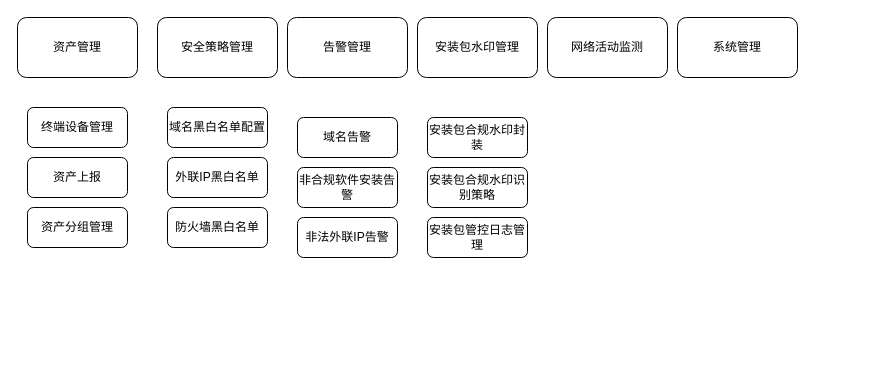
Earlier version of the draw.io diagram page "第 5 页" (5 of 5) of drawio/dns.drawio (raingnight/Blog_Pic). Source tidied: cells renumbered, new cells numbered last; positions are measured from the earlier drawing's top-left corner, leaving out a move shared by most shapes. Both pictures are drawn from the tidied source at 100%, with x=0, y=0 at pixel (17, 17).
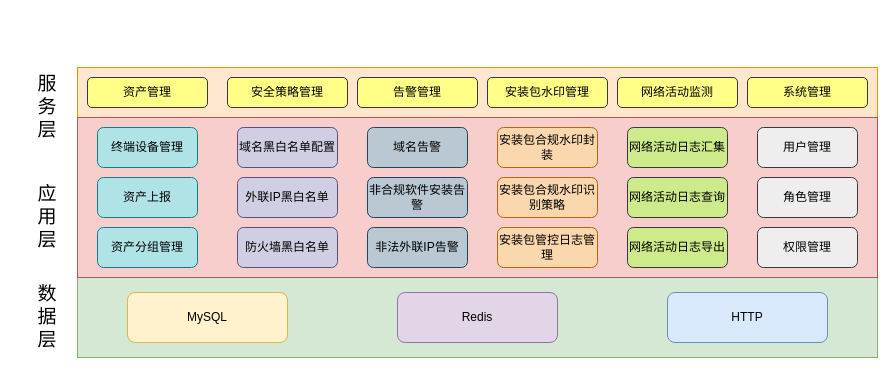
The same diagram, later.

What changed in the source:
```diff
@@
+    <mxCell id="20" style="rounded=0;whiteSpace=wrap;html=1;fillColor=#ffe6cc;strokeColor=#d79b00;" parent="1" vertex="1">
+      <mxGeometry x="60" y="50" width="800" height="50" as="geometry" />
+    </mxCell>
+    <mxCell id="21" style="rounded=0;whiteSpace=wrap;html=1;fillColor=#d5e8d4;strokeColor=#82b366;" parent="1" vertex="1">
+      <mxGeometry x="60" y="260" width="800" height="80" as="geometry" />
+    </mxCell>
+    <mxCell id="22" style="rounded=0;whiteSpace=wrap;html=1;fillColor=#f8cecc;strokeColor=#b85450;" parent="1" vertex="1">
+      <mxGeometry x="60" y="100" width="800" height="160" as="geometry" />
+    </mxCell>
-    <mxCell id="2" value="资产管理" style="rounded=1;whiteSpace=wrap;html=1;" parent="1" vertex="1">
-      <mxGeometry width="120" height="60" as="geometry" />
+    <mxCell id="2" value="资产管理" style="rounded=1;whiteSpace=wrap;html=1;fillColor=#ffff88;strokeColor=#36393d;" parent="1" vertex="1">
+      <mxGeometry x="70" y="60" width="120" height="30" as="geometry" />
     </mxCell>
-    <mxCell id="3" value="安全策略管理" style="rounded=1;whiteSpace=wrap;html=1;" parent="1" vertex="1">
-      <mxGeometry x="140" width="120" height="60" as="geometry" />
+    <mxCell id="3" value="安全策略管理" style="rounded=1;whiteSpace=wrap;html=1;fillColor=#ffff88;strokeColor=#36393d;" parent="1" vertex="1">
+      <mxGeometry x="210" y="60" width="120" height="30" as="geometry" />
     </mxCell>
-    <mxCell id="4" value="告警管理" style="rounded=1;whiteSpace=wrap;html=1;" parent="1" vertex="1">
-      <mxGeometry x="270" width="120" height="60" as="geometry" />
+    <mxCell id="4" value="告警管理" style="rounded=1;whiteSpace=wrap;html=1;fillColor=#ffff88;strokeColor=#36393d;" parent="1" vertex="1">
+      <mxGeometry x="340" y="60" width="120" height="30" as="geometry" />
     </mxCell>
-    <mxCell id="5" value="网络活动监测" style="rounded=1;whiteSpace=wrap;html=1;" parent="1" vertex="1">
-      <mxGeometry x="530" width="120" height="60" as="geometry" />
+    <mxCell id="5" value="网络活动监测" style="rounded=1;whiteSpace=wrap;html=1;fillColor=#ffff88;strokeColor=#36393d;" parent="1" vertex="1">
+      <mxGeometry x="600" y="60" width="120" height="30" as="geometry" />
     </mxCell>
-    <mxCell id="6" value="安装包水印管理" style="rounded=1;whiteSpace=wrap;html=1;" parent="1" vertex="1">
-      <mxGeometry x="400" width="120" height="60" as="geometry" />
+    <mxCell id="6" value="安装包水印管理" style="rounded=1;whiteSpace=wrap;html=1;fillColor=#ffff88;strokeColor=#36393d;" parent="1" vertex="1">
+      <mxGeometry x="470" y="60" width="120" height="30" as="geometry" />
     </mxCell>
-    <mxCell id="7" value="系统管理" style="rounded=1;whiteSpace=wrap;html=1;" parent="1" vertex="1">
-      <mxGeometry x="660" width="120" height="60" as="geometry" />
+    <mxCell id="7" value="系统管理" style="rounded=1;whiteSpace=wrap;html=1;fillColor=#ffff88;strokeColor=#36393d;" parent="1" vertex="1">
+      <mxGeometry x="730" y="60" width="120" height="30" as="geometry" />
     </mxCell>
-    <mxCell id="8" value="域名黑白名单配置" style="rounded=1;whiteSpace=wrap;html=1;" parent="1" vertex="1">
-      <mxGeometry x="150" y="90" width="100" height="40" as="geometry" />
+    <mxCell id="8" value="域名黑白名单配置" style="rounded=1;whiteSpace=wrap;html=1;fillColor=#d0cee2;strokeColor=#56517e;" parent="1" vertex="1">
+      <mxGeometry x="220" y="110" width="100" height="40" as="geometry" />
     </mxCell>
-    <mxCell id="9" value="外联IP黑白名单" style="rounded=1;whiteSpace=wrap;html=1;" parent="1" vertex="1">
-      <mxGeometry x="150" y="140" width="100" height="40" as="geometry" />
+    <mxCell id="9" value="外联IP黑白名单" style="rounded=1;whiteSpace=wrap;html=1;fillColor=#d0cee2;strokeColor=#56517e;" parent="1" vertex="1">
+      <mxGeometry x="220" y="160" width="100" height="40" as="geometry" />
     </mxCell>
-    <mxCell id="10" value="防火墙黑白名单" style="rounded=1;whiteSpace=wrap;html=1;" parent="1" vertex="1">
-      <mxGeometry x="150" y="190" width="100" height="40" as="geometry" />
+    <mxCell id="10" value="防火墙黑白名单" style="rounded=1;whiteSpace=wrap;html=1;fillColor=#d0cee2;strokeColor=#56517e;" parent="1" vertex="1">
+      <mxGeometry x="220" y="210" width="100" height="40" as="geometry" />
     </mxCell>
-    <mxCell id="11" value="域名告警" style="rounded=1;whiteSpace=wrap;html=1;" parent="1" vertex="1">
-      <mxGeometry x="280" y="100" width="100" height="40" as="geometry" />
+    <mxCell id="11" value="域名告警" style="rounded=1;whiteSpace=wrap;html=1;fillColor=#bac8d3;strokeColor=#23445d;" parent="1" vertex="1">
+      <mxGeometry x="350" y="110" width="100" height="40" as="geometry" />
     </mxCell>
-    <mxCell id="12" value="非合规软件安装告警" style="rounded=1;whiteSpace=wrap;html=1;" parent="1" vertex="1">
-      <mxGeometry x="280" y="150" width="100" height="40" as="geometry" />
+    <mxCell id="12" value="非合规软件安装告警" style="rounded=1;whiteSpace=wrap;html=1;fillColor=#bac8d3;strokeColor=#23445d;" parent="1" vertex="1">
+      <mxGeometry x="350" y="160" width="100" height="40" as="geometry" />
     </mxCell>
-    <mxCell id="13" value="非法外联IP告警" style="rounded=1;whiteSpace=wrap;html=1;" parent="1" vertex="1">
-      <mxGeometry x="280" y="200" width="100" height="40" as="geometry" />
+    <mxCell id="13" value="非法外联IP告警" style="rounded=1;whiteSpace=wrap;html=1;fillColor=#bac8d3;strokeColor=#23445d;" parent="1" vertex="1">
+      <mxGeometry x="350" y="210" width="100" height="40" as="geometry" />
     </mxCell>
-    <mxCell id="14" value="安装包合规水印封装" style="rounded=1;whiteSpace=wrap;html=1;" parent="1" vertex="1">
-      <mxGeometry x="410" y="100" width="100" height="40" as="geometry" />
+    <mxCell id="14" value="安装包合规水印封装" style="rounded=1;whiteSpace=wrap;html=1;fillColor=#fad7ac;strokeColor=#b46504;" parent="1" vertex="1">
+      <mxGeometry x="480" y="110" width="100" height="40" as="geometry" />
     </mxCell>
-    <mxCell id="15" value="安装包合规水印识别策略" style="rounded=1;whiteSpace=wrap;html=1;" parent="1" vertex="1">
-      <mxGeometry x="410" y="150" width="100" height="40" as="geometry" />
+    <mxCell id="15" value="安装包合规水印识别策略" style="rounded=1;whiteSpace=wrap;html=1;fillColor=#fad7ac;strokeColor=#b46504;" parent="1" vertex="1">
+      <mxGeometry x="480" y="160" width="100" height="40" as="geometry" />
     </mxCell>
-    <mxCell id="16" value="安装包管控日志管理" style="rounded=1;whiteSpace=wrap;html=1;" parent="1" vertex="1">
-      <mxGeometry x="410" y="200" width="100" height="40" as="geometry" />
+    <mxCell id="16" value="安装包管控日志管理" style="rounded=1;whiteSpace=wrap;html=1;fillColor=#fad7ac;strokeColor=#b46504;" parent="1" vertex="1">
+      <mxGeometry x="480" y="210" width="100" height="40" as="geometry" />
     </mxCell>
-    <mxCell id="17" value="终端设备管理" style="rounded=1;whiteSpace=wrap;html=1;" parent="1" vertex="1">
-      <mxGeometry x="10" y="90" width="100" height="40" as="geometry" />
+    <mxCell id="17" value="终端设备管理" style="rounded=1;whiteSpace=wrap;html=1;fillColor=#b0e3e6;strokeColor=#0e8088;" parent="1" vertex="1">
+      <mxGeometry x="80" y="110" width="100" height="40" as="geometry" />
     </mxCell>
-    <mxCell id="18" value="资产上报" style="rounded=1;whiteSpace=wrap;html=1;" parent="1" vertex="1">
-      <mxGeometry x="10" y="140" width="100" height="40" as="geometry" />
+    <mxCell id="18" value="资产上报" style="rounded=1;whiteSpace=wrap;html=1;fillColor=#b0e3e6;strokeColor=#0e8088;" parent="1" vertex="1">
+      <mxGeometry x="80" y="160" width="100" height="40" as="geometry" />
     </mxCell>
-    <mxCell id="19" value="资产分组管理" style="rounded=1;whiteSpace=wrap;html=1;" parent="1" vertex="1">
-      <mxGeometry x="10" y="190" width="100" height="40" as="geometry" />
+    <mxCell id="19" value="资产分组管理" style="rounded=1;whiteSpace=wrap;html=1;fillColor=#b0e3e6;strokeColor=#0e8088;" parent="1" vertex="1">
+      <mxGeometry x="80" y="210" width="100" height="40" as="geometry" />
     </mxCell>
+    <mxCell id="23" value="网络活动日志查询" style="rounded=1;whiteSpace=wrap;html=1;fillColor=#cdeb8b;strokeColor=#36393d;" parent="1" vertex="1">
+      <mxGeometry x="610" y="160" width="100" height="40" as="geometry" />
+    </mxCell>
+    <mxCell id="24" value="网络活动日志导出" style="rounded=1;whiteSpace=wrap;html=1;fillColor=#cdeb8b;strokeColor=#36393d;" parent="1" vertex="1">
+      <mxGeometry x="610" y="210" width="100" height="40" as="geometry" />
+    </mxCell>
+    <mxCell id="25" value="网络活动日志汇集" style="rounded=1;whiteSpace=wrap;html=1;fillColor=#cdeb8b;strokeColor=#36393d;" parent="1" vertex="1">
+      <mxGeometry x="610" y="110" width="100" height="40" as="geometry" />
+    </mxCell>
+    <mxCell id="26" value="用户管理" style="rounded=1;whiteSpace=wrap;html=1;fillColor=#eeeeee;strokeColor=#36393d;" parent="1" vertex="1">
+      <mxGeometry x="740" y="110" width="100" height="40" as="geometry" />
+    </mxCell>
+    <mxCell id="27" value="角色管理" style="rounded=1;whiteSpace=wrap;html=1;fillColor=#eeeeee;strokeColor=#36393d;" parent="1" vertex="1">
+      <mxGeometry x="740" y="160" width="100" height="40" as="geometry" />
+    </mxCell>
+    <mxCell id="28" value="权限管理" style="rounded=1;whiteSpace=wrap;html=1;fillColor=#eeeeee;strokeColor=#36393d;" parent="1" vertex="1">
+      <mxGeometry x="740" y="210" width="100" height="40" as="geometry" />
+    </mxCell>
+    <mxCell id="29" value="MySQL" style="rounded=1;whiteSpace=wrap;html=1;fillColor=#fff2cc;strokeColor=#d6b656;" parent="1" vertex="1">
+      <mxGeometry x="110" y="275" width="160" height="50" as="geometry" />
+    </mxCell>
+    <mxCell id="30" value="Redis" style="rounded=1;whiteSpace=wrap;html=1;fillColor=#e1d5e7;strokeColor=#9673a6;" parent="1" vertex="1">
+      <mxGeometry x="380" y="275" width="160" height="50" as="geometry" />
+    </mxCell>
+    <mxCell id="31" value="HTTP" style="rounded=1;whiteSpace=wrap;html=1;fillColor=#dae8fc;strokeColor=#6c8ebf;" parent="1" vertex="1">
+      <mxGeometry x="650" y="275" width="160" height="50" as="geometry" />
+    </mxCell>
+    <mxCell id="32" value="服务层" style="text;html=1;strokeColor=none;fillColor=none;align=center;verticalAlign=middle;whiteSpace=wrap;rounded=0;fontSize=19;" parent="1" vertex="1">
+      <mxGeometry x="20" y="40" width="20" height="100" as="geometry" />
+    </mxCell>
+    <mxCell id="33" value="数据层" style="text;html=1;strokeColor=none;fillColor=none;align=center;verticalAlign=middle;whiteSpace=wrap;rounded=0;fontSize=19;" parent="1" vertex="1">
+      <mxGeometry x="20" y="250" width="20" height="100" as="geometry" />
+    </mxCell>
+    <mxCell id="34" value="应用层" style="text;html=1;strokeColor=none;fillColor=none;align=center;verticalAlign=middle;whiteSpace=wrap;rounded=0;fontSize=19;" parent="1" vertex="1">
+      <mxGeometry x="20" y="150" width="20" height="100" as="geometry" />
+    </mxCell>
```
